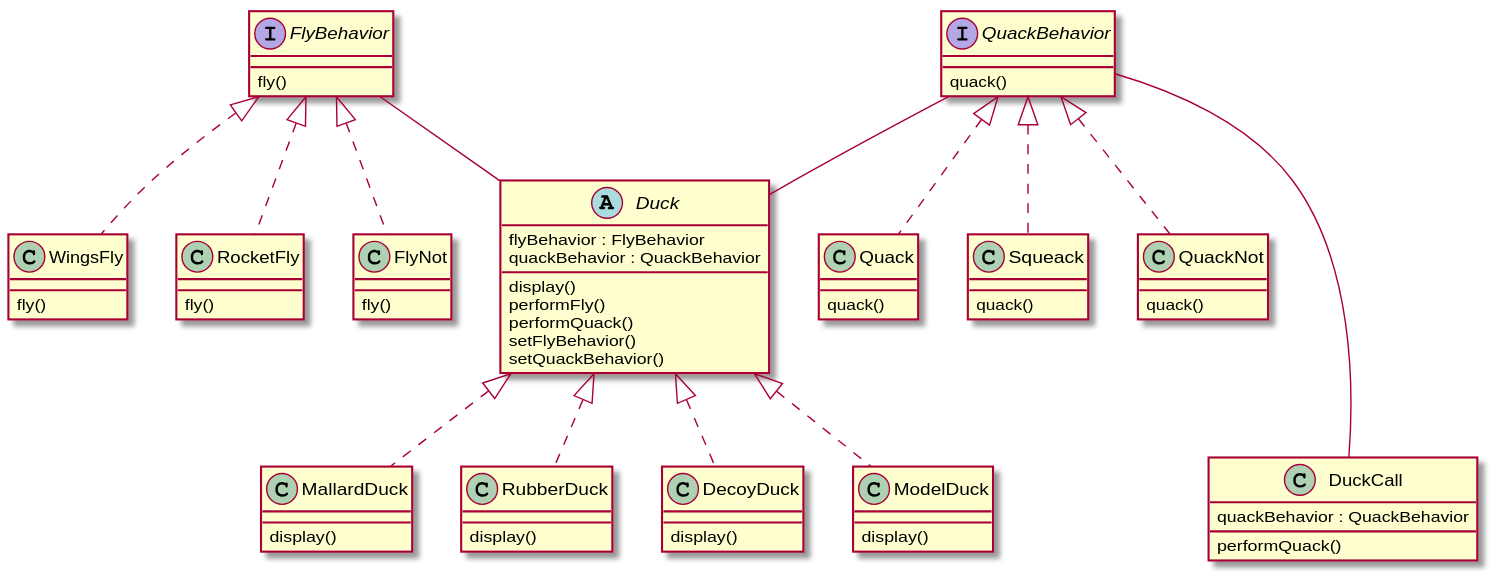
Before: 01_strategy_pattern/uml.svg, a diagram exported from PlantUML (alesgenova/design-patterns). The source it was exported from:
```plantuml
@startuml
Abstract Duck{
  flyBehavior : FlyBehavior
  quackBehavior : QuackBehavior
  display()
  performFly()
  performQuack()
  setFlyBehavior()
  setQuackBehavior()

}

Class MallardDuck{
  display()
}

Class RubberDuck{
  display()
}

Class DecoyDuck{
  display()
}

Class ModelDuck{
  display()
}

Interface FlyBehavior{
  fly()
}

Class WingsFly{
  fly()
}

Class RocketFly{
  fly()
}

Class FlyNot{
  fly()
}

Interface QuackBehavior{
  quack()
}

Class Quack{
  quack()
}

Class Squeack{
  quack()
}

Class QuackNot{
  quack()
}


Class DuckCall{
  quackBehavior : QuackBehavior
  performQuack()
}


Duck <|.. MallardDuck
Duck <|.. RubberDuck
Duck <|.. DecoyDuck
Duck <|.. ModelDuck

FlyBehavior <|.. WingsFly
FlyBehavior <|.. RocketFly
FlyBehavior <|.. FlyNot

QuackBehavior <|.. Quack
QuackBehavior <|.. Squeack
QuackBehavior <|.. QuackNot

QuackBehavior -- Duck
FlyBehavior -- Duck

QuackBehavior --- DuckCall
@enduml
```
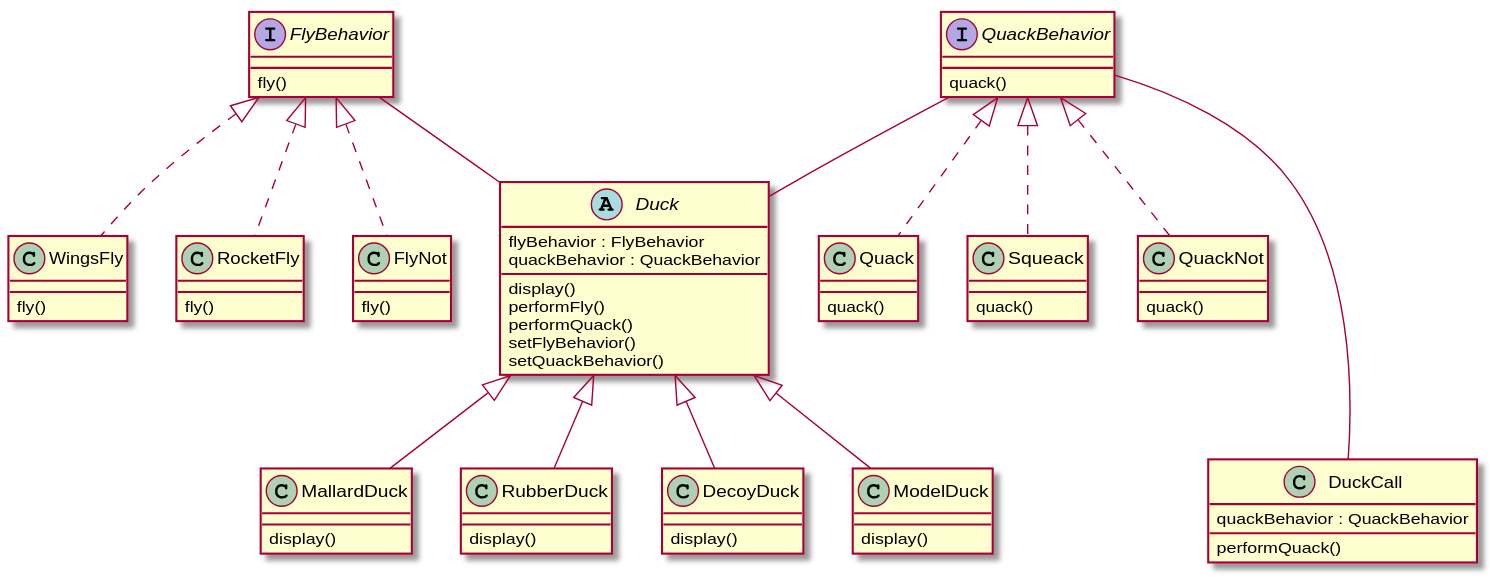
Above is the later version.

The edit, as a diff of the source:
```diff
@@ -65,10 +65,10 @@
 }
 
 
-Duck <|.. MallardDuck
-Duck <|.. RubberDuck
-Duck <|.. DecoyDuck
-Duck <|.. ModelDuck
+Duck <|-- MallardDuck
+Duck <|-- RubberDuck
+Duck <|-- DecoyDuck
+Duck <|-- ModelDuck
 
 FlyBehavior <|.. WingsFly
 FlyBehavior <|.. RocketFly
```
